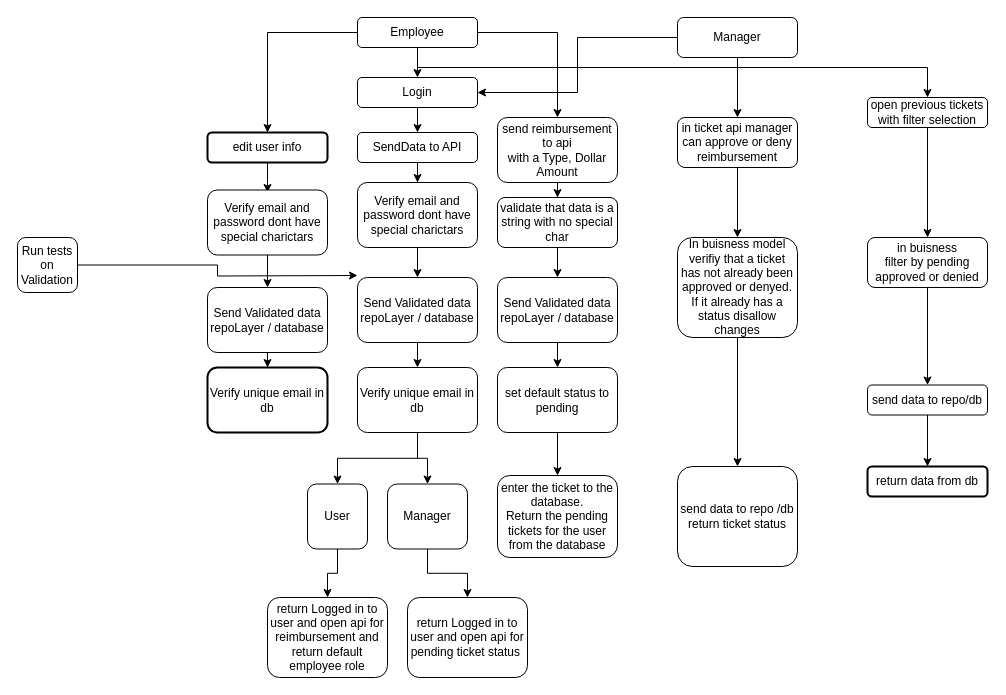
Earlier version of the draw.io diagram zDiagrams/UserWorkflow.drawio (221114-NET/TyrelMarxRevatureProject1). Source tidied: cells renumbered, new cells numbered last; positions are measured from the earlier drawing's top-left corner, leaving out a move shared by most shapes. Both pictures are drawn from the tidied source at 100%, with x=0, y=0 at pixel (17, 17).
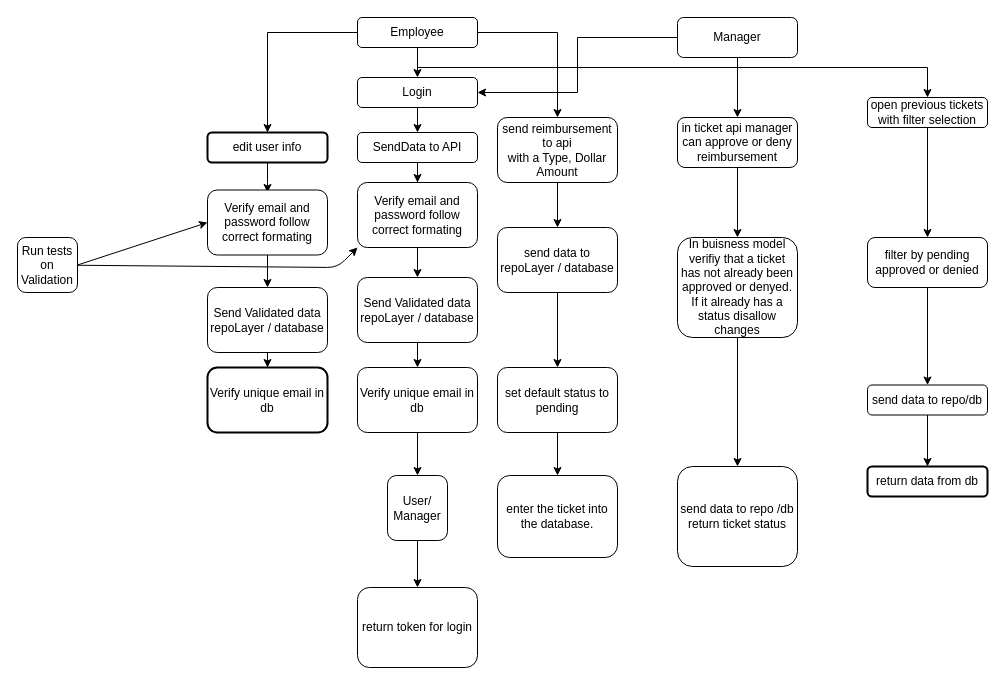
After the change.

The change refers to these unchanged cells:
```xml
<mxCell id="17" value="Run tests on Validation" style="rounded=1;whiteSpace=wrap;html=1;" parent="1" vertex="1">
  <mxGeometry y="220" width="60" height="55" as="geometry" />
</mxCell>
<mxCell id="19" value="send reimbursement&lt;br&gt;to api&lt;br&gt;with a Type, Dollar Amount" style="rounded=1;whiteSpace=wrap;html=1;" parent="1" vertex="1">
  <mxGeometry x="480" y="100" width="120" height="65" as="geometry" />
</mxCell>
<mxCell id="24" value="Verify unique email in db" style="rounded=1;whiteSpace=wrap;html=1;" parent="1" vertex="1">
  <mxGeometry x="340" y="350" width="120" height="65" as="geometry" />
</mxCell>
```

Diff of the diagram source:
```diff
@@
-    <mxCell id="9" value="return Logged in to user and open api for reimbursement and return default employee role" style="rounded=1;whiteSpace=wrap;html=1;" parent="1" vertex="1">
-      <mxGeometry x="250" y="580" width="120" height="80" as="geometry" />
+    <mxCell id="9" value="return token for login" style="rounded=1;whiteSpace=wrap;html=1;" parent="1" vertex="1">
+      <mxGeometry x="340" y="570" width="120" height="80" as="geometry" />
     </mxCell>
@@
-    <mxCell id="13" value="Verify email and password dont have special charictars" style="rounded=1;whiteSpace=wrap;html=1;" parent="1" vertex="1">
+    <mxCell id="13" value="Verify email and password follow correct formating" style="rounded=1;whiteSpace=wrap;html=1;" parent="1" vertex="1">
       <mxGeometry x="340" y="165" width="120" height="65" as="geometry" />
     </mxCell>
@@
-    <mxCell id="16" style="edgeStyle=orthogonalEdgeStyle;rounded=0;jettySize=auto;html=1;" parent="1" edge="1" source="17">
-      <mxGeometry relative="1" as="geometry">
-        <mxPoint x="340" y="258" as="targetPoint" />
-      </mxGeometry>
-    </mxCell>
+    <mxCell id="57" style="edgeStyle=none;html=1;exitX=1;exitY=0.5;exitDx=0;exitDy=0;entryX=0;entryY=0.5;entryDx=0;entryDy=0;" parent="1" edge="1" source="17" target="53">
+      <mxGeometry relative="1" as="geometry" />
+    </mxCell>
+    <mxCell id="58" style="edgeStyle=none;html=1;entryX=0;entryY=1;entryDx=0;entryDy=0;" parent="1" edge="1" source="17" target="13">
+      <mxGeometry relative="1" as="geometry">
+        <Array as="points">
+          <mxPoint x="320" y="250" />
+        </Array>
+      </mxGeometry>
+    </mxCell>
@@
-    <mxCell id="18" style="edgeStyle=orthogonalEdgeStyle;rounded=0;jettySize=auto;html=1;" parent="1" edge="1" source="19" target="21">
-      <mxGeometry relative="1" as="geometry" />
-    </mxCell>
+    <mxCell id="59" style="edgeStyle=none;html=1;exitX=0.5;exitY=1;exitDx=0;exitDy=0;entryX=0.5;entryY=0;entryDx=0;entryDy=0;" parent="1" edge="1" source="19" target="26">
+      <mxGeometry relative="1" as="geometry" />
+    </mxCell>
@@
-    <mxCell id="20" style="edgeStyle=orthogonalEdgeStyle;rounded=0;jettySize=auto;html=1;exitX=0.5;exitY=1;exitDx=0;exitDy=0;entryX=0.5;entryY=0;entryDx=0;entryDy=0;" parent="1" edge="1" source="21" target="26">
-      <mxGeometry relative="1" as="geometry" />
-    </mxCell>
-    <mxCell id="21" value="validate that data is a string with no special char" style="rounded=1;whiteSpace=wrap;html=1;" parent="1" vertex="1">
-      <mxGeometry x="480" y="180" width="120" height="50" as="geometry" />
-    </mxCell>
@@
-    <mxCell id="23" style="edgeStyle=orthogonalEdgeStyle;rounded=0;jettySize=auto;html=1;exitX=0.5;exitY=1;exitDx=0;exitDy=0;entryX=0.5;entryY=0;entryDx=0;entryDy=0;" parent="1" edge="1" source="24" target="38">
-      <mxGeometry relative="1" as="geometry" />
-    </mxCell>
@@
-    <mxCell id="26" value="Send Validated data repoLayer / database" style="rounded=1;whiteSpace=wrap;html=1;" parent="1" vertex="1">
-      <mxGeometry x="480" y="260" width="120" height="65" as="geometry" />
+    <mxCell id="26" value="send data to repoLayer / database" style="rounded=1;whiteSpace=wrap;html=1;" parent="1" vertex="1">
+      <mxGeometry x="480" y="210" width="120" height="65" as="geometry" />
     </mxCell>
@@
-    <mxCell id="29" value="enter the ticket to the database.&lt;br&gt;Return the pending tickets for the user from the database" style="rounded=1;whiteSpace=wrap;html=1;" parent="1" vertex="1">
+    <mxCell id="29" value="enter the ticket into the database." style="rounded=1;whiteSpace=wrap;html=1;" parent="1" vertex="1">
       <mxGeometry x="480" y="458" width="120" height="82" as="geometry" />
     </mxCell>
@@
-    <mxCell id="36" value="User" style="rounded=1;whiteSpace=wrap;html=1;" parent="1" vertex="1">
-      <mxGeometry x="290" y="466.5" width="60" height="65" as="geometry" />
+    <mxCell id="36" value="User/&lt;br&gt;Manager" style="rounded=1;whiteSpace=wrap;html=1;" parent="1" vertex="1">
+      <mxGeometry x="370" y="458" width="60" height="65" as="geometry" />
     </mxCell>
-    <mxCell id="37" style="edgeStyle=orthogonalEdgeStyle;rounded=0;jettySize=auto;html=1;exitX=0.5;exitY=1;exitDx=0;exitDy=0;entryX=0.5;entryY=0;entryDx=0;entryDy=0;" parent="1" edge="1" source="38" target="39">
-      <mxGeometry relative="1" as="geometry" />
-    </mxCell>
-    <mxCell id="38" value="Manager" style="rounded=1;whiteSpace=wrap;html=1;" parent="1" vertex="1">
-      <mxGeometry x="370" y="466.5" width="80" height="65" as="geometry" />
-    </mxCell>
-    <mxCell id="39" value="return Logged in to user and open api for pending ticket status&amp;nbsp;" style="rounded=1;whiteSpace=wrap;html=1;" parent="1" vertex="1">
-      <mxGeometry x="390" y="580" width="120" height="80" as="geometry" />
-    </mxCell>
@@
-    <mxCell id="46" value="in buisness&lt;br&gt;filter by pending approved or denied" style="rounded=1;whiteSpace=wrap;html=1;" parent="1" vertex="1">
+    <mxCell id="46" value="filter by pending approved or denied" style="rounded=1;whiteSpace=wrap;html=1;" parent="1" vertex="1">
       <mxGeometry x="850" y="220" width="120" height="50" as="geometry" />
     </mxCell>
@@
-    <mxCell id="53" value="Verify email and password dont have special charictars" style="rounded=1;whiteSpace=wrap;html=1;" parent="1" vertex="1">
+    <mxCell id="53" value="Verify email and password follow correct formating" style="rounded=1;whiteSpace=wrap;html=1;" parent="1" vertex="1">
       <mxGeometry x="190" y="172.5" width="120" height="65" as="geometry" />
     </mxCell>
```
